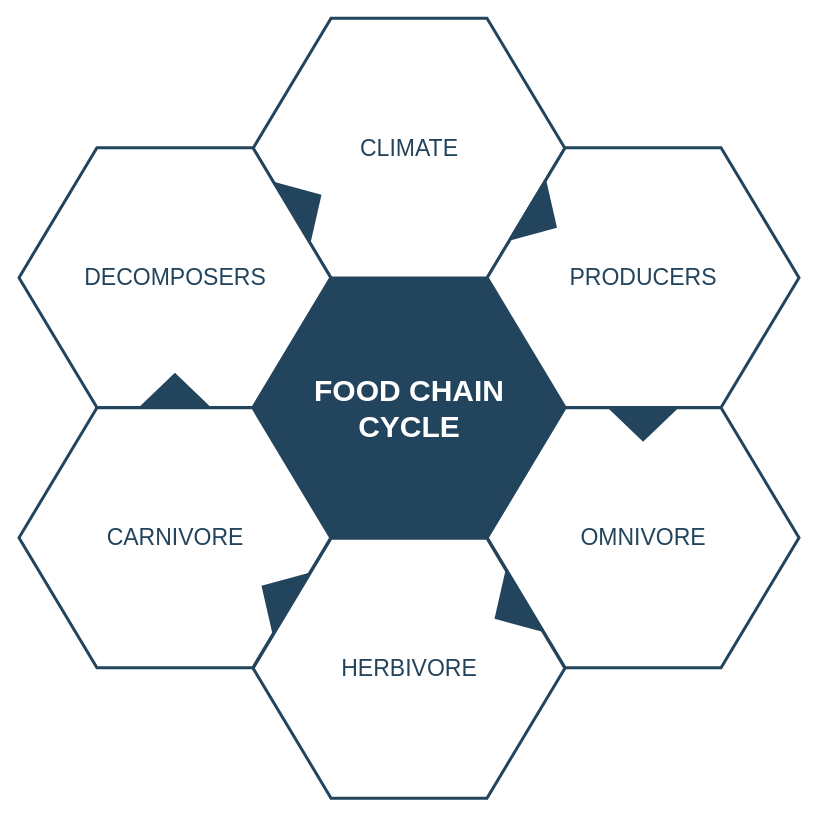
This is Assets/GIS_PPDAC_v2.drawio from haseeb-cb/fundamentals-of-gis, a draw.io file, before an edit. Source tidied: cells renumbered, new cells numbered last; positions are measured from the earlier drawing's top-left corner, leaving out a move shared by most shapes. Both pictures are drawn from the tidied source at 100%, with x=0, y=0 at pixel (18, 18).
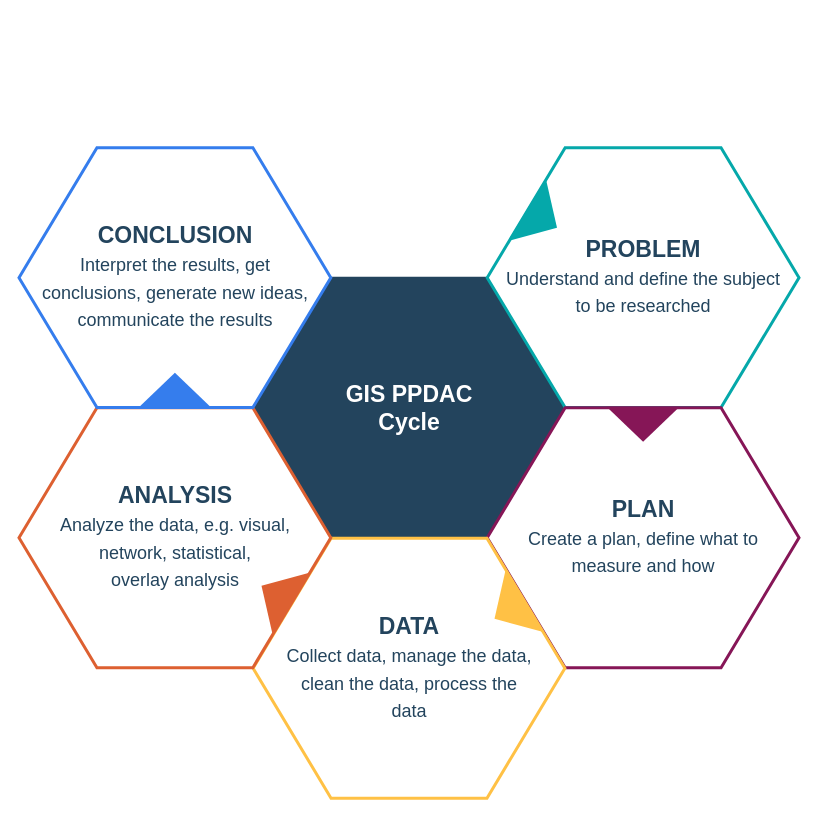
The same diagram, later.

The edit, as a diff of the source:
```diff
@@
 <mxGraphModel>
   <root>
     <mxCell id="0" />
     <mxCell id="1" parent="0" />
-    <mxCell id="2" value="&lt;font style=&quot;font-size: 30px&quot; color=&quot;#ffffff&quot;&gt;&lt;b&gt;&lt;span&gt;FOOD CHAIN&lt;/span&gt;&lt;br&gt;&lt;span&gt;CYCLE&lt;/span&gt;&lt;/b&gt;&lt;/font&gt;&lt;br&gt;" style="shape=hexagon;perimeter=hexagonPerimeter2;whiteSpace=wrap;html=1;shadow=0;labelBackgroundColor=none;strokeColor=#23445D;fillColor=#23445D;gradientColor=none;fontFamily=Helvetica;fontSize=23;fontColor=#23445d;align=center;strokeWidth=3;" parent="1" vertex="1">
+    <mxCell id="2" value="&lt;font color=&quot;#ffffff&quot;&gt;&lt;b&gt;GIS PPDAC&lt;br&gt;Cycle&lt;br&gt;&lt;/b&gt;&lt;/font&gt;" style="shape=hexagon;perimeter=hexagonPerimeter2;whiteSpace=wrap;html=1;shadow=0;labelBackgroundColor=none;strokeColor=#23445D;fillColor=#23445D;gradientColor=none;fontFamily=Helvetica;fontSize=23;fontColor=#23445d;align=center;strokeWidth=3;" parent="1" vertex="1">
       <mxGeometry x="234.6" y="259.8" width="311.8" height="259.9" as="geometry" />
     </mxCell>
     <mxCell id="3" style="triangle;whiteSpace=wrap;html=1;shadow=0;labelBackgroundColor=none;strokeColor=none;fillColor=#FFFFFF;fontFamily=Helvetica;fontSize=17;fontColor=#23445d;align=center;rotation=90;gradientColor=none;flipV=1;flipH=1;opacity=20;" parent="1" vertex="1">
       <mxGeometry x="115.5" y="277.7" width="72" height="152" as="geometry" />
     </mxCell>
-    <mxCell id="4" value="&lt;font style=&quot;font-size: 23px&quot;&gt;CLIMATE&lt;/font&gt;" style="shape=hexagon;perimeter=hexagonPerimeter2;whiteSpace=wrap;html=1;shadow=0;labelBackgroundColor=none;strokeColor=#23445D;fillColor=#ffffff;gradientColor=none;fontFamily=Helvetica;fontSize=23;fontColor=#23445D;align=center;strokeWidth=3;" parent="1" vertex="1">
-      <mxGeometry x="234.6" y="-0.3" width="311.8" height="259.9" as="geometry" />
-    </mxCell>
-    <mxCell id="5" value="&lt;font style=&quot;font-size: 23px&quot;&gt;PRODUCERS&lt;/font&gt;" style="shape=hexagon;perimeter=hexagonPerimeter2;whiteSpace=wrap;html=1;shadow=0;labelBackgroundColor=none;strokeColor=#23445D;fillColor=#FFFFFF;gradientColor=none;fontFamily=Helvetica;fontSize=23;fontColor=#23445d;align=center;strokeWidth=3;" parent="1" vertex="1">
+    <mxCell id="5" value="&lt;div&gt;&lt;b&gt;PROBLEM&lt;/b&gt;&lt;/div&gt;&lt;div&gt;&lt;font style=&quot;font-size: 18px;&quot;&gt;&lt;font style=&quot;font-size: 18px;&quot;&gt;Understand and define the subject &lt;br&gt;to be researched&lt;/font&gt;&lt;/font&gt;&lt;br&gt;&lt;/div&gt;" style="shape=hexagon;perimeter=hexagonPerimeter2;whiteSpace=wrap;html=1;shadow=0;labelBackgroundColor=none;strokeColor=#05A8AA;fillColor=#FFFFFF;gradientColor=none;fontFamily=Helvetica;fontSize=23;fontColor=#23445d;align=center;strokeWidth=3;" parent="1" vertex="1">
       <mxGeometry x="468.7" y="129.2" width="311.8" height="259.9" as="geometry" />
     </mxCell>
-    <mxCell id="6" value="&lt;font style=&quot;font-size: 23px&quot;&gt;OMNIVORE&lt;/font&gt;" style="shape=hexagon;perimeter=hexagonPerimeter2;whiteSpace=wrap;html=1;shadow=0;labelBackgroundColor=none;strokeColor=#23445D;fillColor=#FFFFFF;gradientColor=none;fontFamily=Helvetica;fontSize=23;fontColor=#23445d;align=center;strokeWidth=3;" parent="1" vertex="1">
+    <mxCell id="6" value="&lt;b&gt;PLAN&lt;/b&gt;&lt;br&gt;&lt;font style=&quot;font-size: 18px;&quot;&gt;&lt;font style=&quot;font-size: 18px;&quot;&gt;Create a plan, define what to &lt;br&gt;measure and how&lt;/font&gt;&lt;/font&gt;" style="shape=hexagon;perimeter=hexagonPerimeter2;whiteSpace=wrap;html=1;shadow=0;labelBackgroundColor=none;strokeColor=#861657;fillColor=#FFFFFF;gradientColor=none;fontFamily=Helvetica;fontSize=23;fontColor=#23445d;align=center;strokeWidth=3;" parent="1" vertex="1">
       <mxGeometry x="468.7" y="389.3" width="311.8" height="259.9" as="geometry" />
     </mxCell>
-    <mxCell id="7" value="&lt;font style=&quot;font-size: 23px&quot;&gt;HERBIVORE&lt;/font&gt;" style="shape=hexagon;perimeter=hexagonPerimeter2;whiteSpace=wrap;html=1;shadow=0;labelBackgroundColor=none;strokeColor=#23445D;fillColor=#FFFFFF;gradientColor=none;fontFamily=Helvetica;fontSize=23;fontColor=#23445d;align=center;strokeWidth=3;" parent="1" vertex="1">
+    <mxCell id="7" value="&lt;b&gt;DATA&lt;/b&gt;&lt;br&gt;&lt;font style=&quot;font-size: 18px;&quot;&gt;&lt;font style=&quot;font-size: 18px;&quot;&gt;Collect data, manage the data, &lt;br&gt;&lt;/font&gt;&lt;/font&gt;&lt;div&gt;&lt;font style=&quot;font-size: 18px;&quot;&gt;&lt;font style=&quot;font-size: 18px;&quot;&gt;clean the data, process the &lt;br&gt;&lt;/font&gt;&lt;/font&gt;&lt;/div&gt;&lt;div&gt;&lt;font style=&quot;font-size: 18px;&quot;&gt;&lt;font style=&quot;font-size: 18px;&quot;&gt;data&lt;/font&gt;&lt;/font&gt;&lt;/div&gt;" style="shape=hexagon;perimeter=hexagonPerimeter2;whiteSpace=wrap;html=1;shadow=0;labelBackgroundColor=none;strokeColor=#FFC145;fillColor=#FFFFFF;gradientColor=none;fontFamily=Helvetica;fontSize=23;fontColor=#23445d;align=center;strokeWidth=3;" parent="1" vertex="1">
       <mxGeometry x="234.6" y="519.8" width="311.8" height="259.9" as="geometry" />
     </mxCell>
-    <mxCell id="8" value="&lt;font style=&quot;font-size: 23px&quot;&gt;CARNIVORE&lt;/font&gt;" style="shape=hexagon;perimeter=hexagonPerimeter2;whiteSpace=wrap;html=1;shadow=0;labelBackgroundColor=none;strokeColor=#23445D;fillColor=#FFFFFF;gradientColor=none;fontFamily=Helvetica;fontSize=23;fontColor=#23445d;align=center;strokeWidth=3;" parent="1" vertex="1">
+    <mxCell id="8" value="&lt;b&gt;ANALYSIS&lt;/b&gt;&lt;br&gt;&lt;font style=&quot;font-size: 18px;&quot;&gt;Analyze the data, e.g. visual, &lt;br&gt;network, statistical, &lt;br&gt;overlay analysis&lt;/font&gt;" style="shape=hexagon;perimeter=hexagonPerimeter2;whiteSpace=wrap;html=1;shadow=0;labelBackgroundColor=none;strokeColor=#DD6031;fillColor=#FFFFFF;gradientColor=none;fontFamily=Helvetica;fontSize=23;fontColor=#23445d;align=center;strokeWidth=3;" parent="1" vertex="1">
       <mxGeometry x="0.5" y="389.3" width="311.8" height="259.9" as="geometry" />
     </mxCell>
-    <mxCell id="9" value="&lt;font style=&quot;font-size: 23px;&quot;&gt;DECOMPOSERS&lt;/font&gt;" style="shape=hexagon;perimeter=hexagonPerimeter2;whiteSpace=wrap;html=1;shadow=0;labelBackgroundColor=none;strokeColor=#23445D;fillColor=#ffffff;gradientColor=none;fontFamily=Helvetica;fontSize=23;fontColor=#23445D;align=center;strokeWidth=3;" parent="1" vertex="1">
+    <mxCell id="9" value="&lt;div&gt;&lt;b&gt;CONCLUSION&lt;/b&gt;&lt;/div&gt;&lt;div&gt;&lt;font style=&quot;font-size: 18px;&quot;&gt;&lt;font style=&quot;font-size: 18px;&quot;&gt;Interpret the results, get &lt;br&gt;conclusions, generate new ideas, communicate the results&lt;/font&gt;&lt;/font&gt;&lt;br&gt;&lt;/div&gt;" style="shape=hexagon;perimeter=hexagonPerimeter2;whiteSpace=wrap;html=1;shadow=0;labelBackgroundColor=none;strokeColor=#357DED;fillColor=#ffffff;gradientColor=none;fontFamily=Helvetica;fontSize=23;fontColor=#23445D;align=center;strokeWidth=3;" parent="1" vertex="1">
       <mxGeometry x="0.5" y="129.2" width="311.8" height="259.9" as="geometry" />
     </mxCell>
-    <mxCell id="10" style="triangle;whiteSpace=wrap;html=1;shadow=0;labelBackgroundColor=none;strokeColor=none;fillColor=#23445D;fontFamily=Helvetica;fontSize=17;fontColor=#23445d;align=center;rotation=31;gradientColor=none;strokeWidth=3;" parent="1" vertex="1">
+    <mxCell id="10" style="triangle;whiteSpace=wrap;html=1;shadow=0;labelBackgroundColor=none;strokeColor=none;fillColor=#05A8AA;fontFamily=Helvetica;fontSize=17;fontColor=#23445d;align=center;rotation=31;gradientColor=none;strokeWidth=3;" parent="1" vertex="1">
       <mxGeometry x="506" y="163.7" width="35" height="73" as="geometry" />
     </mxCell>
-    <mxCell id="11" style="triangle;whiteSpace=wrap;html=1;shadow=0;labelBackgroundColor=none;strokeColor=none;fillColor=#23445D;fontFamily=Helvetica;fontSize=17;fontColor=#23445d;align=center;rotation=31;gradientColor=none;flipH=1;strokeWidth=3;" parent="1" vertex="1">
+    <mxCell id="11" style="triangle;whiteSpace=wrap;html=1;shadow=0;labelBackgroundColor=none;strokeColor=none;fillColor=#DD6031;fontFamily=Helvetica;fontSize=17;fontColor=#23445d;align=center;rotation=31;gradientColor=none;flipH=1;strokeWidth=3;" parent="1" vertex="1">
       <mxGeometry x="240.5" y="539.7" width="35" height="73" as="geometry" />
     </mxCell>
-    <mxCell id="12" style="triangle;whiteSpace=wrap;html=1;shadow=0;labelBackgroundColor=none;strokeColor=none;fillColor=#23445D;fontFamily=Helvetica;fontSize=17;fontColor=#23445d;align=center;rotation=329;gradientColor=none;strokeWidth=3;" parent="1" vertex="1">
-      <mxGeometry x="270.5" y="148.7" width="35" height="73" as="geometry" />
-    </mxCell>
-    <mxCell id="13" style="triangle;whiteSpace=wrap;html=1;shadow=0;labelBackgroundColor=none;strokeColor=none;fillColor=#23445D;fontFamily=Helvetica;fontSize=17;fontColor=#23445d;align=center;rotation=329;gradientColor=none;flipH=1;strokeWidth=3;" parent="1" vertex="1">
+    <mxCell id="13" style="triangle;whiteSpace=wrap;html=1;shadow=0;labelBackgroundColor=none;strokeColor=none;fillColor=#FFC145;fontFamily=Helvetica;fontSize=17;fontColor=#23445d;align=center;rotation=329;gradientColor=none;flipH=1;strokeWidth=3;" parent="1" vertex="1">
       <mxGeometry x="473.5" y="554.7" width="35" height="73" as="geometry" />
     </mxCell>
-    <mxCell id="14" style="triangle;whiteSpace=wrap;html=1;shadow=0;labelBackgroundColor=none;strokeColor=none;fillColor=#23445D;fontFamily=Helvetica;fontSize=17;fontColor=#23445d;align=center;rotation=90;gradientColor=none;strokeWidth=3;" parent="1" vertex="1">
+    <mxCell id="14" style="triangle;whiteSpace=wrap;html=1;shadow=0;labelBackgroundColor=none;strokeColor=none;fillColor=#861657;fontFamily=Helvetica;fontSize=17;fontColor=#23445d;align=center;rotation=90;gradientColor=none;strokeWidth=3;" parent="1" vertex="1">
       <mxGeometry x="607.1" y="369.2" width="35" height="73" as="geometry" />
     </mxCell>
-    <mxCell id="15" style="triangle;whiteSpace=wrap;html=1;shadow=0;labelBackgroundColor=none;strokeColor=none;fillColor=#23445D;fontFamily=Helvetica;fontSize=17;fontColor=#23445d;align=center;rotation=90;gradientColor=none;flipH=1;strokeWidth=3;" parent="1" vertex="1">
+    <mxCell id="15" style="triangle;whiteSpace=wrap;html=1;shadow=0;labelBackgroundColor=none;strokeColor=none;fillColor=#357DED;fontFamily=Helvetica;fontSize=17;fontColor=#23445d;align=center;rotation=90;gradientColor=none;flipH=1;strokeWidth=3;" parent="1" vertex="1">
       <mxGeometry x="138.9" y="335.2" width="35" height="73" as="geometry" />
     </mxCell>
   </root>
 </mxGraphModel>
```
